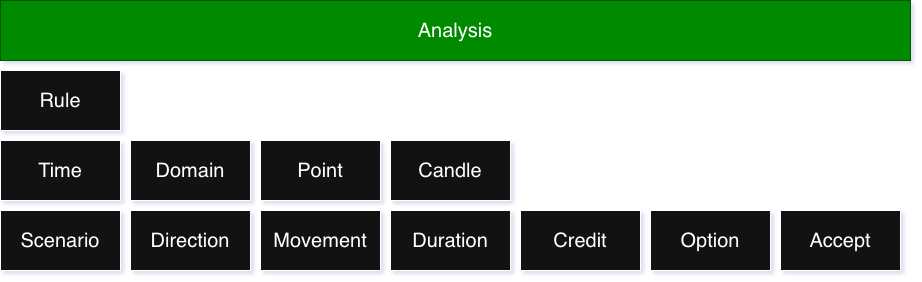
kashanimorteza/economy_document keeps this draw.io diagram as design/analysis.png. Above is the earlier version. Source tidied: cells renumbered, new cells last; positions are measured from the earlier drawing's top-left corner, leaving out a move shared by most shapes.
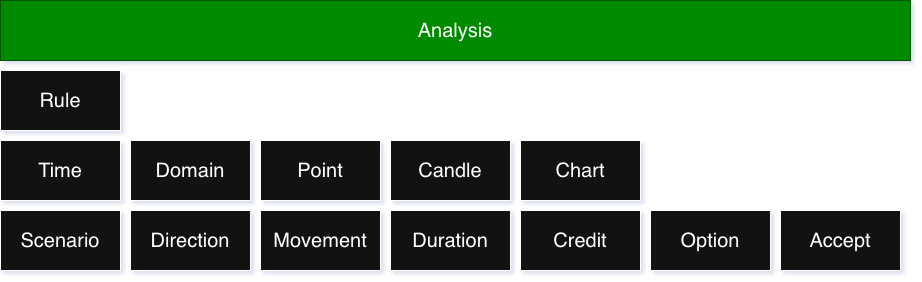
After the change.

The edit, as a diff of the source:
```diff
@@ -41,5 +41,8 @@
     <mxCell id="14" value="Analysis" style="whiteSpace=wrap;html=1;fontSize=20;fontColor=#ffffff;fillColor=#008a00;strokeColor=#005700;" parent="1" vertex="1">
       <mxGeometry width="910" height="60" as="geometry" />
     </mxCell>
+    <mxCell id="15" value="Chart" style="whiteSpace=wrap;html=1;fontSize=20;" parent="1" vertex="1">
+      <mxGeometry x="520" y="140" width="120" height="60" as="geometry" />
+    </mxCell>
   </root>
 </mxGraphModel>
```
